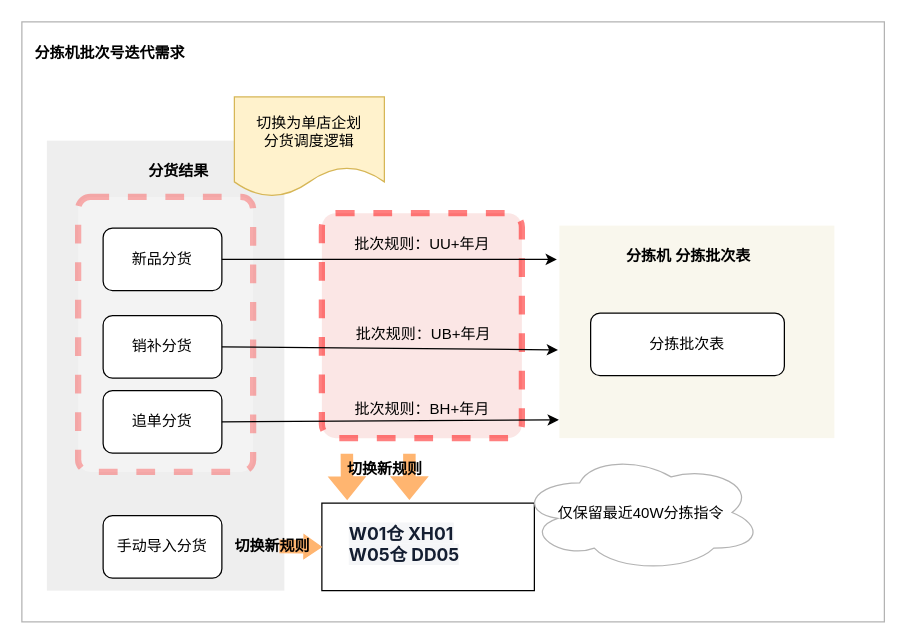
Earlier version of the draw.io diagram page "分拣机" (1 of 2) of 分拣机固定批次.drawio (leonhard1Q84/leonhard1Q84.github.io). Source tidied: cells renumbered, new cells numbered last; positions are measured from the earlier drawing's top-left corner, leaving out a move shared by most shapes. Both pictures are drawn from the tidied source at 125%, with x=0, y=0 at pixel (21, 21).
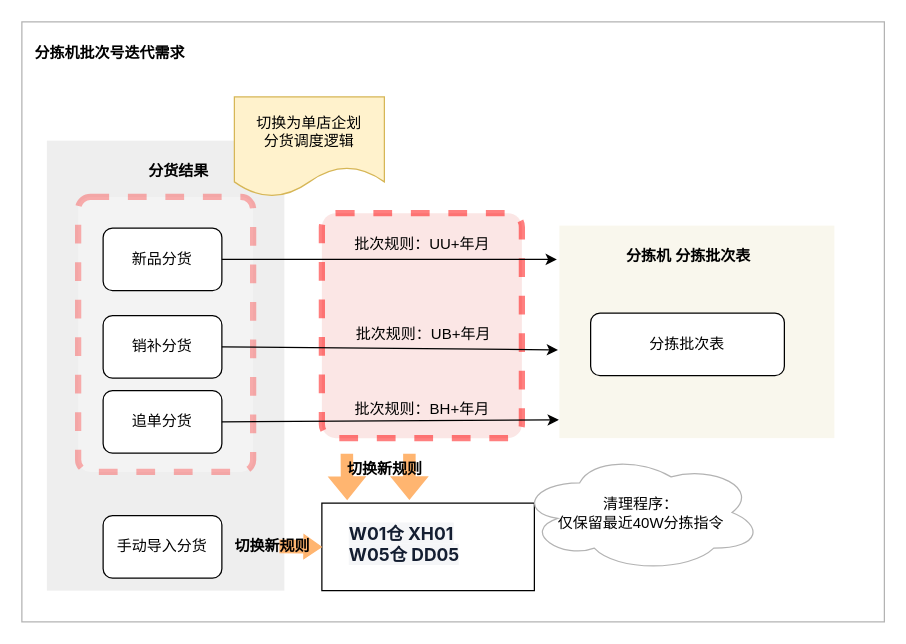
Above is the later version.

Commit message (it also covers changes not shown here):
更新分拣机固定批次.drawio

What changed in the source:
```diff
@@
-    <mxCell id="28" value="仅保留最近40W分拣指令" style="ellipse;shape=cloud;whiteSpace=wrap;html=1;strokeColor=#B3B3B3;" parent="1" vertex="1">
+    <mxCell id="28" value="清理程序：&lt;br&gt;仅保留最近40W分拣指令" style="ellipse;shape=cloud;whiteSpace=wrap;html=1;strokeColor=#B3B3B3;" parent="1" vertex="1">
       <mxGeometry x="397.5" y="345" width="195" height="95" as="geometry" />
     </mxCell>
```
